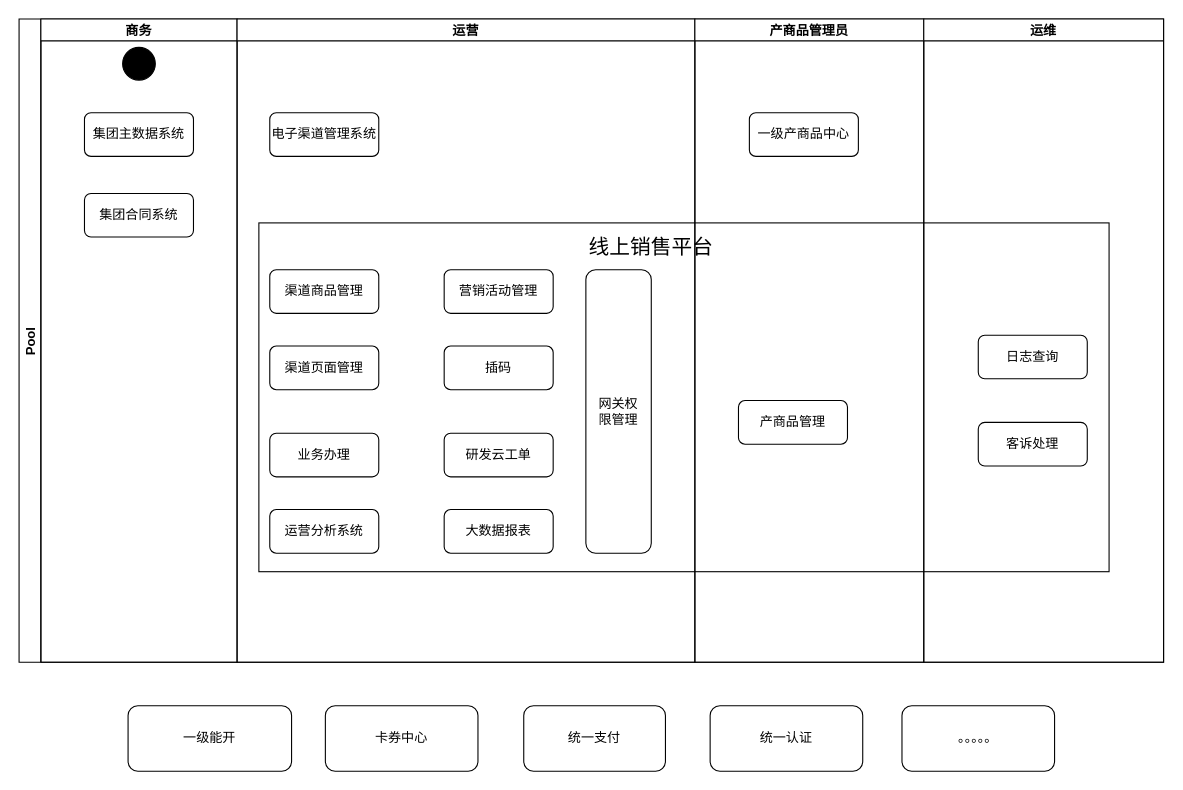
The draw.io diagram page "业务流程" (3 of 3) of 互联网生态合作支撑平台.drawio in hujun8610/doc, before the edit. Source tidied: cells renumbered, new cells numbered last; positions are measured from the earlier drawing's top-left corner, leaving out a move shared by most shapes. Both pictures are drawn from the tidied source at 109%, with x=0, y=0 at pixel (19, 19).
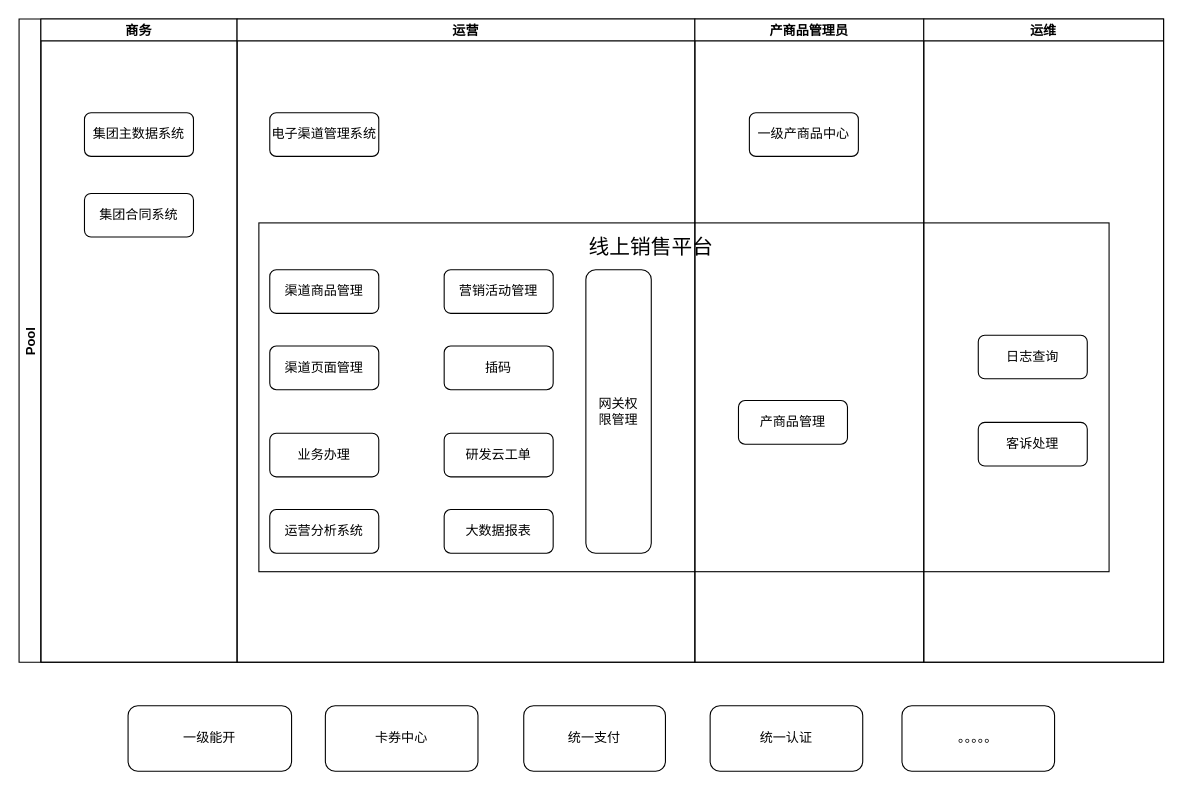
Above is the later version.

Commit message (it also covers changes not shown here):
更新互联网生态合作支撑平台.drawio

The change refers to these unchanged cells:
```xml
<mxCell id="4" value="商务" style="swimlane;startSize=20;" parent="3" vertex="1">
  <mxGeometry x="20" width="180" height="590" as="geometry" />
</mxCell>
```

The edit, as a diff of the source:
```diff
@@
-    <mxCell id="7" style="ellipse;fillColor=strokeColor;html=1;" parent="4" vertex="1">
-      <mxGeometry x="75" y="26" width="30" height="30" as="geometry" />
-    </mxCell>
```
